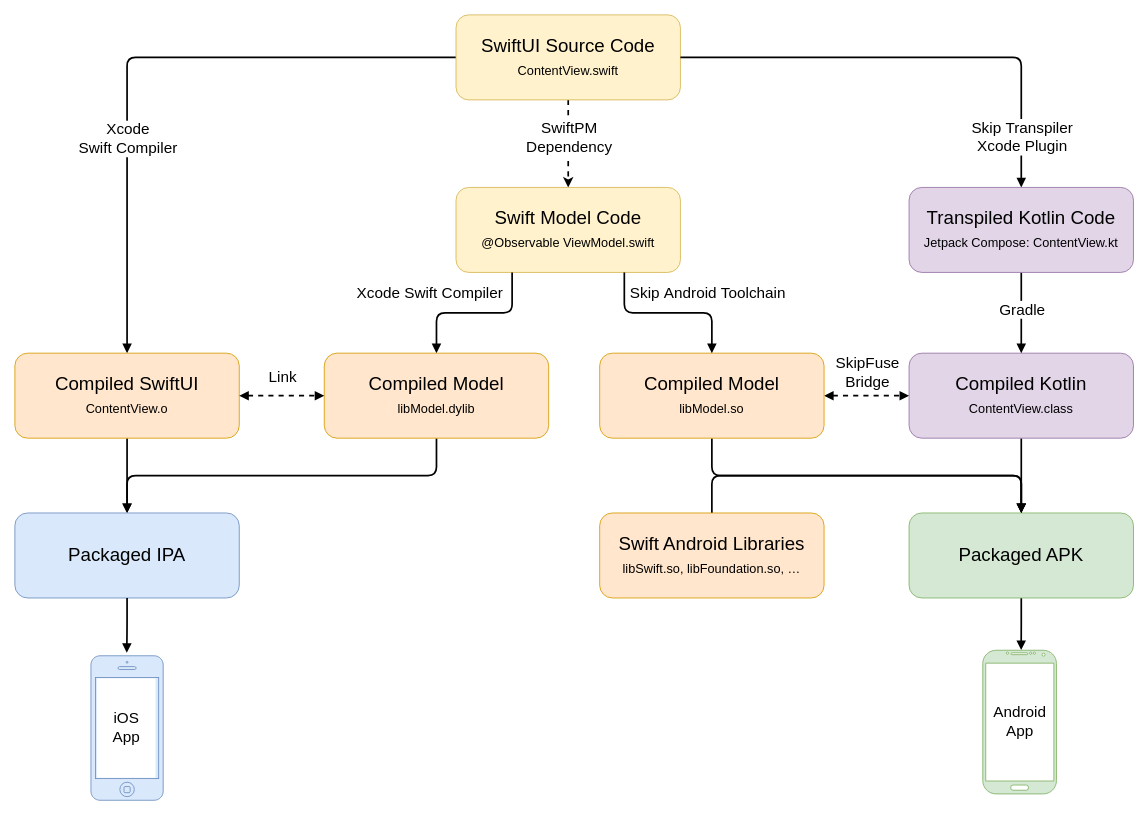
The draw.io diagram page "native" (11 of 11) of diagrams/skip-diagrams.drawio in skiptools/assets.skip.tools, before the edit. Source tidied: cells renumbered, new cells numbered last; positions are measured from the earlier drawing's top-left corner, leaving out a move shared by most shapes. Both pictures are drawn from the tidied source at 85%, with x=0, y=0 at pixel (14, 14).
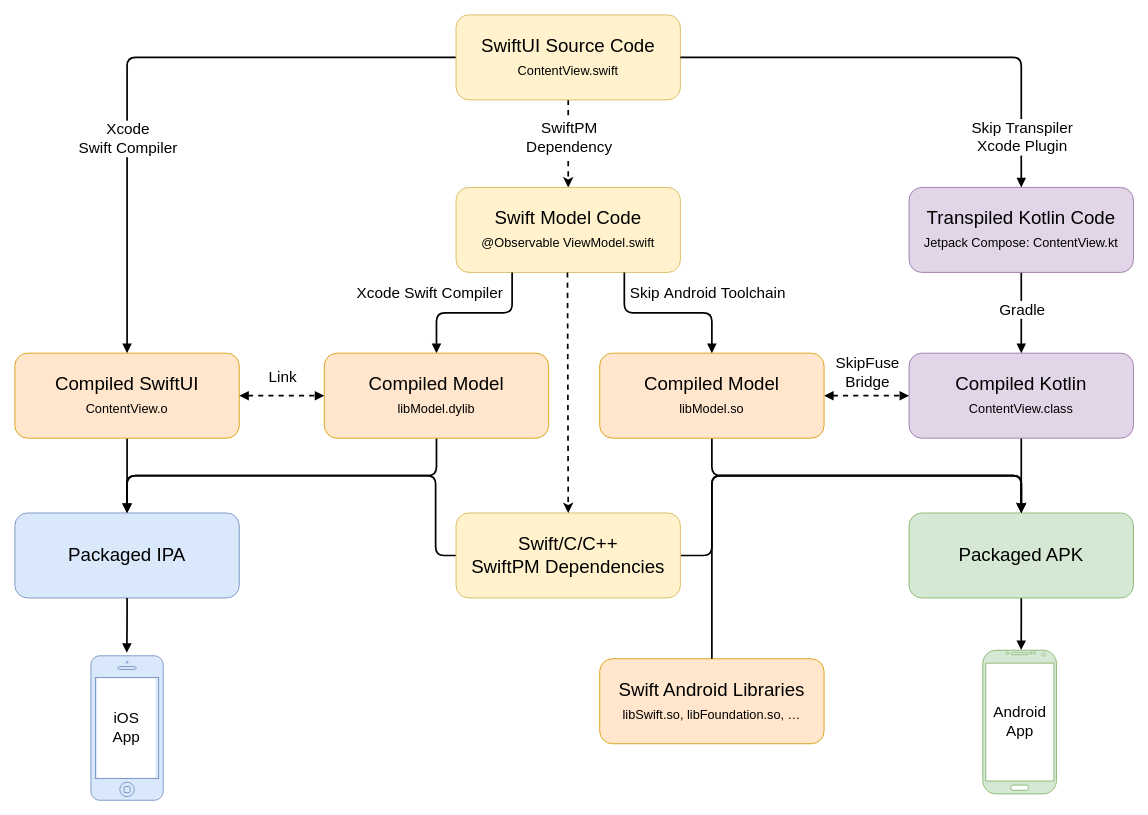
After the change.

Unchanged cells that the change refers to:
```xml
<mxCell id="4" style="edgeStyle=orthogonalEdgeStyle;rounded=0;jettySize=auto;html=1;exitX=0.5;exitY=1;exitDx=0;exitDy=0;entryX=0.5;entryY=0;entryDx=0;entryDy=0;dashed=1;strokeWidth=2;" parent="1" edge="1" source="6" target="13">
  <mxGeometry relative="1" as="geometry" />
</mxCell>
<mxCell id="10" value="Packaged APK" style="rounded=1;whiteSpace=wrap;html=1;fontSize=22;fillColor=#d5e8d4;strokeColor=#82b366;" parent="1" vertex="1">
  <mxGeometry x="1052" y="586" width="264" height="100" as="geometry" />
</mxCell>
<mxCell id="32" value="Packaged IPA" style="rounded=1;whiteSpace=wrap;html=1;fontSize=22;fillColor=#dae8fc;strokeColor=#6c8ebf;" parent="1" vertex="1">
  <mxGeometry y="586" width="264" height="100" as="geometry" />
</mxCell>
```

Diff of the diagram source:
```diff
@@
-    <mxCell id="5" value="SwiftPM&lt;div style=&quot;font-size: 18px;&quot;&gt;Dependency&lt;/div&gt;" style="edgeLabel;html=1;align=center;verticalAlign=middle;fontSize=18;" parent="4" vertex="1">
+    <mxCell id="5" value="&lt;div style=&quot;font-size: 18px;&quot;&gt;SwiftPM&lt;/div&gt;&lt;div style=&quot;font-size: 18px;&quot;&gt;Dependency&lt;/div&gt;" style="edgeLabel;html=1;align=center;verticalAlign=middle;fontSize=18;" parent="4" vertex="1">
       <mxGeometry x="0.22" y="-2" relative="1" as="geometry">
         <mxPoint x="2" y="-19" as="offset" />
       </mxGeometry>
     </mxCell>
@@
-    <mxCell id="36" style="edgeStyle=orthogonalEdgeStyle;rounded=1;jettySize=auto;html=1;exitX=0.5;exitY=0;exitDx=0;exitDy=0;entryX=0.5;entryY=0;entryDx=0;entryDy=0;strokeWidth=2;curved=0;endArrow=block;endFill=1;" parent="1" edge="1" source="37" target="10">
-      <mxGeometry relative="1" as="geometry">
-        <Array as="points">
-          <mxPoint x="820" y="542" />
-          <mxPoint x="1184" y="542" />
-        </Array>
-      </mxGeometry>
-    </mxCell>
-    <mxCell id="37" value="Swift Android Libraries&lt;div&gt;&lt;font style=&quot;font-size: 15px;&quot;&gt;libSwift.so,&amp;nbsp;&lt;/font&gt;&lt;span style=&quot;font-size: 15px; background-color: initial;&quot;&gt;libFoundation.so, …&lt;/span&gt;&lt;/div&gt;" style="rounded=1;whiteSpace=wrap;html=1;fontSize=22;fillColor=#ffe6cc;strokeColor=#d79b00;" parent="1" vertex="1">
-      <mxGeometry x="688" y="586" width="264" height="100" as="geometry" />
-    </mxCell>
@@
+    <mxCell id="41" style="edgeStyle=orthogonalEdgeStyle;rounded=1;jettySize=auto;html=1;exitX=1;exitY=0.5;exitDx=0;exitDy=0;entryX=0.5;entryY=0;entryDx=0;entryDy=0;curved=0;strokeWidth=2;" parent="1" edge="1" source="43" target="10">
+      <mxGeometry relative="1" as="geometry">
+        <Array as="points">
+          <mxPoint x="820" y="636" />
+          <mxPoint x="820" y="542" />
+          <mxPoint x="1184" y="542" />
+        </Array>
+      </mxGeometry>
+    </mxCell>
+    <mxCell id="42" style="edgeStyle=orthogonalEdgeStyle;rounded=1;jettySize=auto;html=1;exitX=0;exitY=0.5;exitDx=0;exitDy=0;entryX=0.5;entryY=0;entryDx=0;entryDy=0;strokeWidth=2;curved=0;endArrow=block;endFill=1;" parent="1" edge="1" source="43" target="32">
+      <mxGeometry relative="1" as="geometry">
+        <Array as="points">
+          <mxPoint x="495" y="636" />
+          <mxPoint x="495" y="542" />
+          <mxPoint x="132" y="542" />
+        </Array>
+      </mxGeometry>
+    </mxCell>
+    <mxCell id="43" value="&lt;div&gt;&lt;font style=&quot;&quot;&gt;Swift/C/C++&lt;/font&gt;&lt;/div&gt;&lt;div&gt;&lt;font style=&quot;&quot;&gt;SwiftPM Dependencies&lt;/font&gt;&lt;/div&gt;" style="rounded=1;whiteSpace=wrap;html=1;fontSize=22;fillColor=#fff2cc;strokeColor=#d6b656;" parent="1" vertex="1">
+      <mxGeometry x="519" y="586" width="264" height="100" as="geometry" />
+    </mxCell>
+    <mxCell id="44" style="edgeStyle=orthogonalEdgeStyle;rounded=0;jettySize=auto;html=1;exitX=0.5;exitY=1;exitDx=0;exitDy=0;entryX=0.5;entryY=0;entryDx=0;entryDy=0;dashed=1;strokeWidth=2;" parent="1" edge="1" target="43">
+      <mxGeometry relative="1" as="geometry">
+        <mxPoint x="650.1" y="303" as="sourcePoint" />
+      </mxGeometry>
+    </mxCell>
+    <mxCell id="37" value="Swift Android Libraries&lt;div&gt;&lt;font style=&quot;font-size: 15px;&quot;&gt;libSwift.so,&amp;nbsp;&lt;/font&gt;&lt;span style=&quot;font-size: 15px; background-color: initial;&quot;&gt;libFoundation.so, …&lt;/span&gt;&lt;/div&gt;" style="rounded=1;whiteSpace=wrap;html=1;fontSize=22;fillColor=#ffe6cc;strokeColor=#d79b00;" parent="1" vertex="1">
+      <mxGeometry x="688" y="757.5" width="264" height="100" as="geometry" />
+    </mxCell>
+    <mxCell id="36" style="edgeStyle=orthogonalEdgeStyle;rounded=1;jettySize=auto;html=1;exitX=0.5;exitY=0;exitDx=0;exitDy=0;entryX=0.5;entryY=0;entryDx=0;entryDy=0;strokeWidth=2;curved=0;endArrow=block;endFill=1;" parent="1" edge="1" source="37" target="10">
+      <mxGeometry relative="1" as="geometry">
+        <Array as="points">
+          <mxPoint x="820" y="542" />
+          <mxPoint x="1184" y="542" />
+        </Array>
+      </mxGeometry>
+    </mxCell>
```
